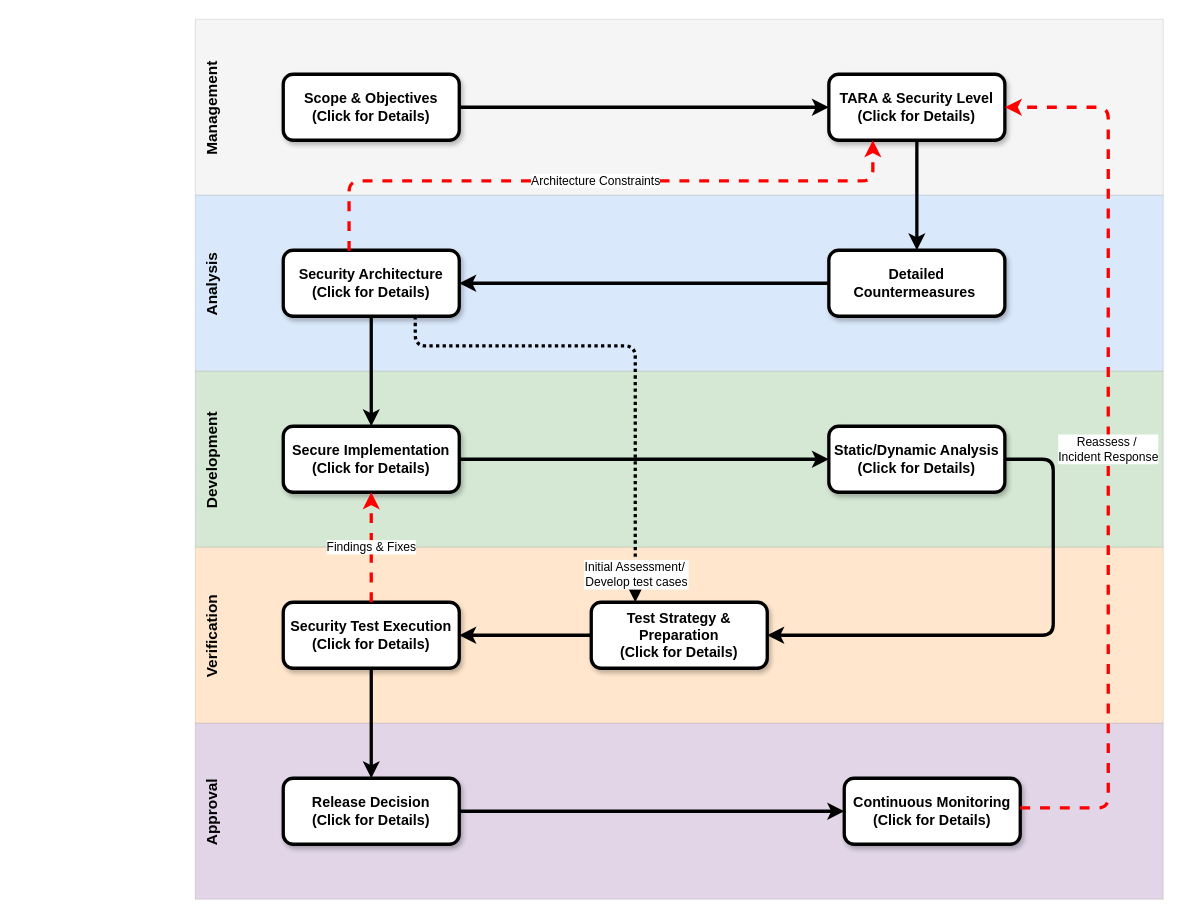
Above: page "Main Overview" (1 of 11) of VisualStudioCode/Secure System Development Lifecycle.drawio in nathalienr/Bachelorarbeit (draw.io), before the change. Source tidied: cells renumbered, new cells numbered last; positions are measured from the earlier drawing's top-left corner, leaving out a move shared by most shapes. Both pictures are drawn from the tidied source at 110%, with x=0, y=0 at pixel (195, 19).
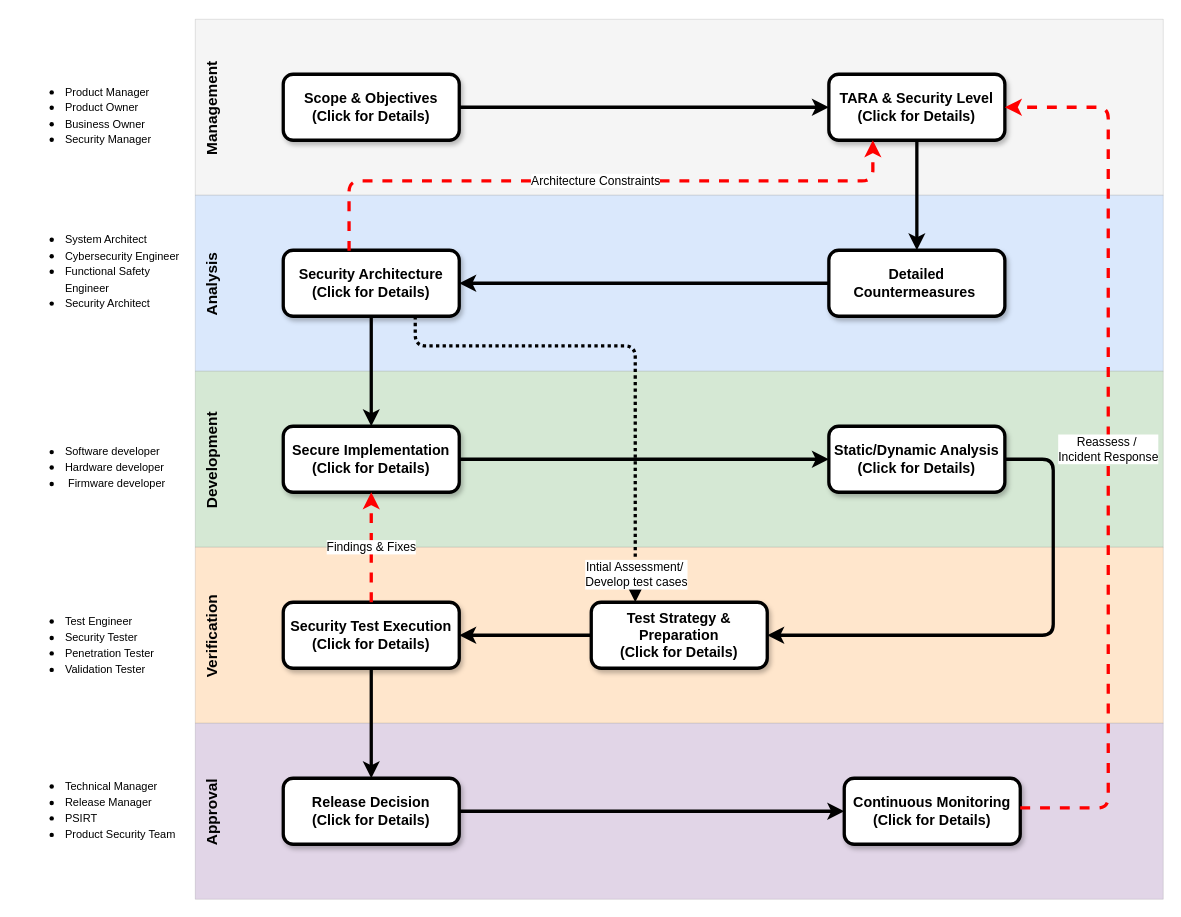
Above is the later version.

Unchanged cells that the change refers to:
```xml
<mxCell id="29" style="edgeStyle=orthogonalEdgeStyle;rounded=1;jettySize=auto;html=1;strokeColor=#000000;dashed=1;strokeWidth=3;entryX=0.25;entryY=0;entryDx=0;entryDy=0;exitX=0.75;exitY=1;exitDx=0;exitDy=0;dashPattern=1 1;" parent="1" edge="1" source="6" target="12">
  <mxGeometry relative="1" as="geometry">
    <Array as="points">
      <mxPoint x="200" y="297" />
      <mxPoint x="400" y="297" />
    </Array>
  </mxGeometry>
</mxCell>
```

Diff of the diagram source:
```diff
@@
+    <mxCell id="31" value="&lt;ul&gt;&lt;li&gt;&lt;span style=&quot;background-color: transparent; color: light-dark(rgb(0, 0, 0), rgb(255, 255, 255)); font-size: 10px;&quot;&gt;Product Manager&lt;/span&gt;&lt;/li&gt;&lt;li&gt;&lt;span style=&quot;font-size: 10px; background-color: transparent; color: light-dark(rgb(0, 0, 0), rgb(255, 255, 255));&quot;&gt;Product Owner&lt;/span&gt;&lt;/li&gt;&lt;li&gt;&lt;span style=&quot;font-size: 10px; background-color: transparent; color: light-dark(rgb(0, 0, 0), rgb(255, 255, 255));&quot;&gt;Business Owner&lt;/span&gt;&lt;/li&gt;&lt;li&gt;&lt;span style=&quot;font-size: 10px; background-color: transparent; color: light-dark(rgb(0, 0, 0), rgb(255, 255, 255));&quot;&gt;Security Manager&lt;/span&gt;&lt;/li&gt;&lt;/ul&gt;" style="text;whiteSpace=wrap;html=1;" parent="1" vertex="1">
+      <mxGeometry x="-160" y="40" width="150" height="120" as="geometry" />
+    </mxCell>
+    <mxCell id="32" value="&lt;div&gt;&lt;br&gt;&lt;/div&gt;&lt;ul&gt;&lt;li&gt;&lt;span style=&quot;font-size: 10px; background-color: transparent; color: light-dark(rgb(0, 0, 0), rgb(255, 255, 255));&quot;&gt;System Architect&lt;/span&gt;&lt;/li&gt;&lt;li&gt;&lt;span style=&quot;font-size: 10px; background-color: transparent; color: light-dark(rgb(0, 0, 0), rgb(255, 255, 255));&quot;&gt;Cybersecurity Engineer&lt;/span&gt;&lt;/li&gt;&lt;li&gt;&lt;span style=&quot;font-size: 10px; background-color: transparent; color: light-dark(rgb(0, 0, 0), rgb(255, 255, 255));&quot;&gt;Functional Safety Engineer&lt;/span&gt;&lt;/li&gt;&lt;li&gt;&lt;span style=&quot;font-size: 10px; background-color: transparent; color: light-dark(rgb(0, 0, 0), rgb(255, 255, 255));&quot;&gt;Security Architect&lt;/span&gt;&lt;/li&gt;&lt;/ul&gt;" style="text;whiteSpace=wrap;html=1;" parent="1" vertex="1">
+      <mxGeometry x="-160" y="160" width="150" height="50" as="geometry" />
+    </mxCell>
+    <mxCell id="33" value="&lt;ul&gt;&lt;li&gt;&lt;span style=&quot;font-size: 10px; background-color: transparent; color: light-dark(rgb(0, 0, 0), rgb(255, 255, 255));&quot;&gt;Software developer&lt;/span&gt;&lt;/li&gt;&lt;li&gt;&lt;span style=&quot;font-size: 10px; background-color: transparent; color: light-dark(rgb(0, 0, 0), rgb(255, 255, 255));&quot;&gt;Hardware developer&lt;/span&gt;&lt;/li&gt;&lt;li&gt;&lt;span style=&quot;font-size: 10px; background-color: transparent; color: light-dark(rgb(0, 0, 0), rgb(255, 255, 255));&quot;&gt;&amp;nbsp;Firmware developer&lt;/span&gt;&lt;/li&gt;&lt;/ul&gt;" style="text;whiteSpace=wrap;html=1;" parent="1" vertex="1">
+      <mxGeometry x="-160" y="367" width="160" height="90" as="geometry" />
+    </mxCell>
+    <mxCell id="34" value="&lt;div&gt;&lt;span style=&quot;font-size: 10px;&quot;&gt;&lt;br&gt;&lt;/span&gt;&lt;/div&gt;&lt;ul&gt;&lt;li&gt;&lt;span style=&quot;font-size: 10px;&quot;&gt;Test Engineer&lt;/span&gt;&lt;/li&gt;&lt;li&gt;&lt;span style=&quot;font-size: 10px;&quot;&gt;Security Tester&lt;/span&gt;&lt;/li&gt;&lt;li&gt;&lt;span style=&quot;font-size: 10px;&quot;&gt;Penetration Tester&lt;/span&gt;&lt;/li&gt;&lt;li&gt;&lt;span style=&quot;font-size: 10px;&quot;&gt;Validation Tester&lt;/span&gt;&lt;/li&gt;&lt;/ul&gt;" style="text;whiteSpace=wrap;html=1;" parent="1" vertex="1">
+      <mxGeometry x="-160" y="507" width="150" height="73" as="geometry" />
+    </mxCell>
+    <mxCell id="35" value="&lt;div&gt;&lt;span style=&quot;font-size: 10px;&quot;&gt;&lt;br&gt;&lt;/span&gt;&lt;/div&gt;&lt;ul&gt;&lt;li&gt;&lt;span style=&quot;font-size: 10px;&quot;&gt;Technical Manager&lt;/span&gt;&lt;/li&gt;&lt;li&gt;&lt;span style=&quot;font-size: 10px;&quot;&gt;Release Manager&lt;/span&gt;&lt;/li&gt;&lt;li&gt;&lt;span style=&quot;font-size: 10px;&quot;&gt;PSIRT&lt;/span&gt;&lt;/li&gt;&lt;li&gt;&lt;span style=&quot;font-size: 10px;&quot;&gt;Product Security Team&lt;/span&gt;&lt;/li&gt;&lt;/ul&gt;" style="text;whiteSpace=wrap;html=1;" parent="1" vertex="1">
+      <mxGeometry x="-160" y="657" width="160" height="103" as="geometry" />
+    </mxCell>
@@
-    <mxCell id="30" value="Initial Assessment/&amp;nbsp;&lt;div&gt;Develop test cases&lt;/div&gt;" style="edgeLabel;html=1;align=center;verticalAlign=middle;" parent="29" vertex="1">
+    <mxCell id="30" value="Intial Assessment/&amp;nbsp;&lt;div&gt;Develop test cases&lt;/div&gt;" style="edgeLabel;html=1;align=center;verticalAlign=middle;" parent="29" vertex="1">
       <mxGeometry x="0.74" relative="1" as="geometry">
         <mxPoint y="34" as="offset" />
       </mxGeometry>
     </mxCell>
```
